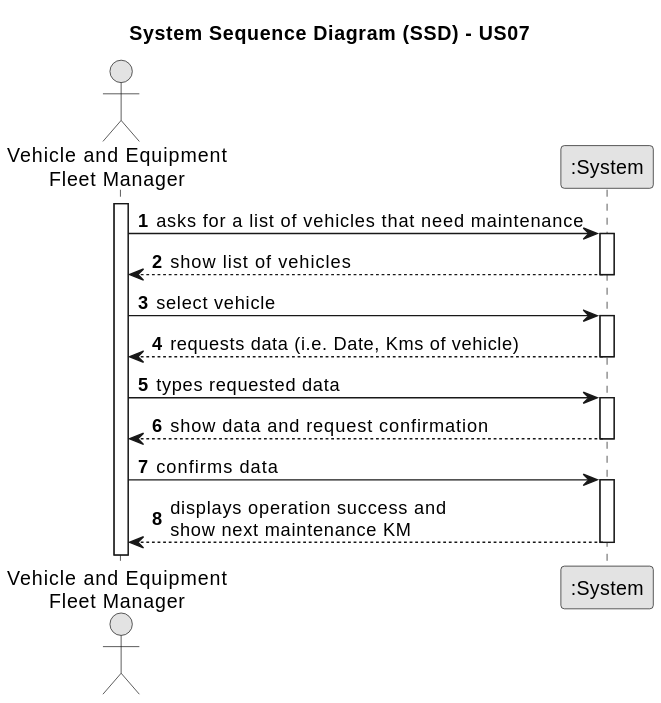
Above: docs/sprintB/us07/01.requirements-engineering/svg/us07-system-sequence-diagram.svg in Paulo-Pereira-at-ISEP/lei-24-s2-1nanb-g321 (PlantUML), before the change.
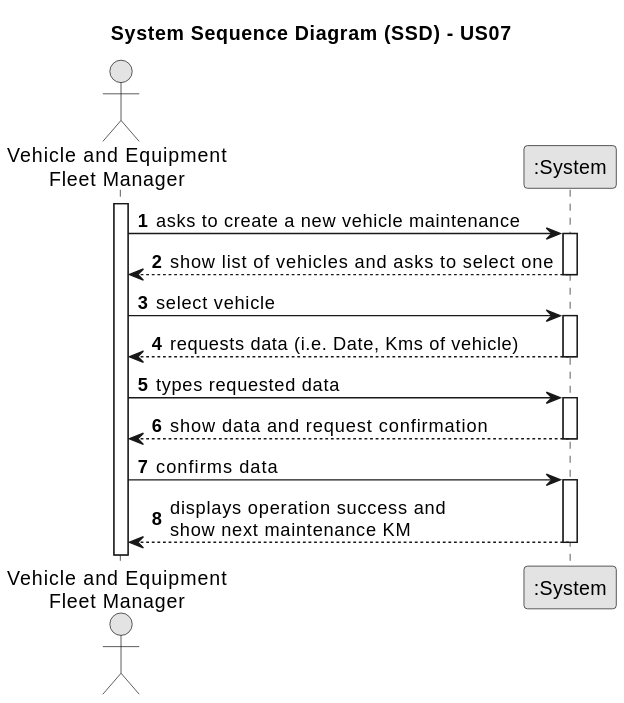
After the change.

Change to the diagram source:
```diff
@@ -12,10 +12,10 @@
 
 activate Employee
 
-    Employee -> System : asks for a list of vehicles that need maintenance
+    Employee -> System : asks to create a new vehicle maintenance
     activate System
 
-        System --> Employee : show list of vehicles
+        System --> Employee : show list of vehicles and asks to select one
     deactivate System
 
     Employee -> System : select vehicle
```
